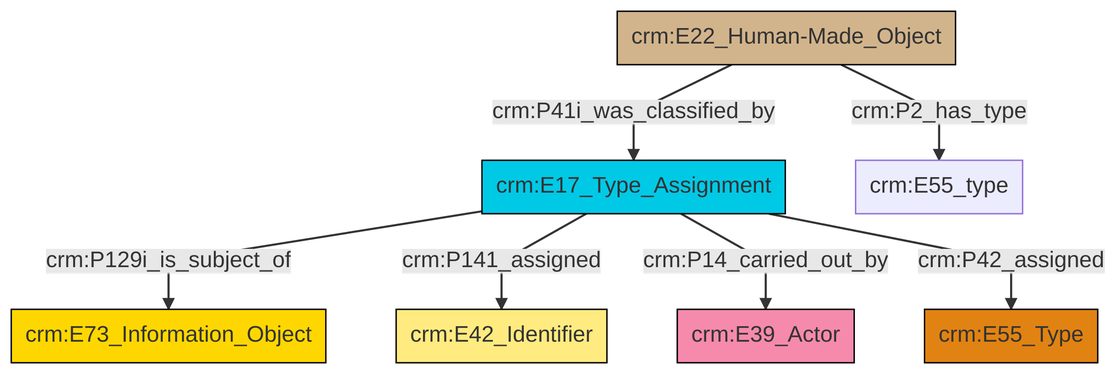
swiss-art-research-net/reference-data-models keeps this Mermaid diagram as et/builtWorkCSV/ttl/mmd/png/Built_Work_designation_status.png. Above is the earlier version. Its source is kept beside it as et/builtWorkCSV/ttl/mmd/Built_Work_designation_status.ttl.mmd.
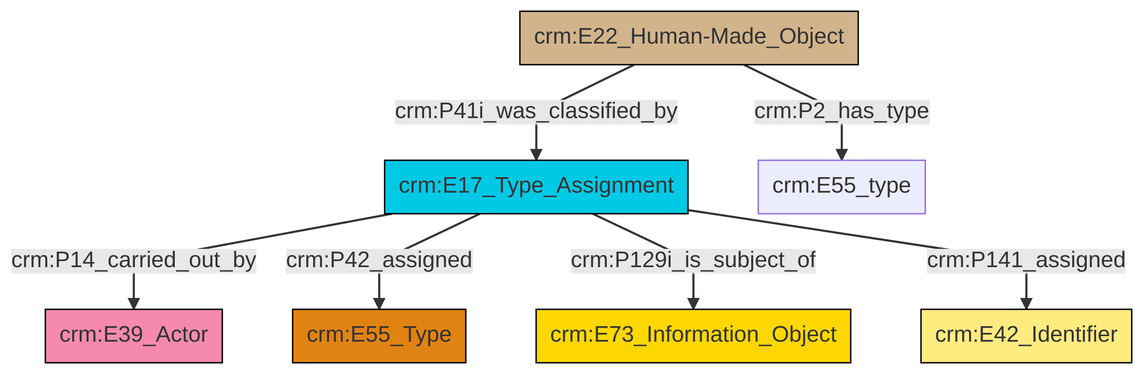
After the commit.

Diff of the diagram source:
```diff
@@ -13,9 +13,9 @@
 classDef PC_Classes fill:#4ce600, stroke:#000000;
 classDef Multi fill:#cccccc,stroke:#000000;
 
-0["crm:E17_Type_Assignment"]:::Temporal_Entity -->|crm:P129i_is_subject_of| 1["crm:E73_Information_Object"]:::Conceptual_Object
-0["crm:E17_Type_Assignment"]:::Temporal_Entity -->|crm:P141_assigned| 2["crm:E42_Identifier"]:::Appellation
-0["crm:E17_Type_Assignment"]:::Temporal_Entity -->|crm:P14_carried_out_by| 5["crm:E39_Actor"]:::Actor
-7["crm:E22_Human-Made_Object"]:::Physical_Thing -->|crm:P41i_was_classified_by| 0["crm:E17_Type_Assignment"]:::Temporal_Entity
-7["crm:E22_Human-Made_Object"]:::Physical_Thing -->|crm:P2_has_type| 11["crm:E55_type"]:::Default
-0["crm:E17_Type_Assignment"]:::Temporal_Entity -->|crm:P42_assigned| 3["crm:E55_Type"]:::Type
+0["crm:E17_Type_Assignment"]:::Temporal_Entity -->|crm:P14_carried_out_by| 1["crm:E39_Actor"]:::Actor
+0["crm:E17_Type_Assignment"]:::Temporal_Entity -->|crm:P42_assigned| 4["crm:E55_Type"]:::Type
+0["crm:E17_Type_Assignment"]:::Temporal_Entity -->|crm:P129i_is_subject_of| 7["crm:E73_Information_Object"]:::Conceptual_Object
+0["crm:E17_Type_Assignment"]:::Temporal_Entity -->|crm:P141_assigned| 5["crm:E42_Identifier"]:::Appellation
+13["crm:E22_Human-Made_Object"]:::Physical_Thing -->|crm:P2_has_type| 2["crm:E55_type"]:::Default
+13["crm:E22_Human-Made_Object"]:::Physical_Thing -->|crm:P41i_was_classified_by| 0["crm:E17_Type_Assignment"]:::Temporal_Entity
```
